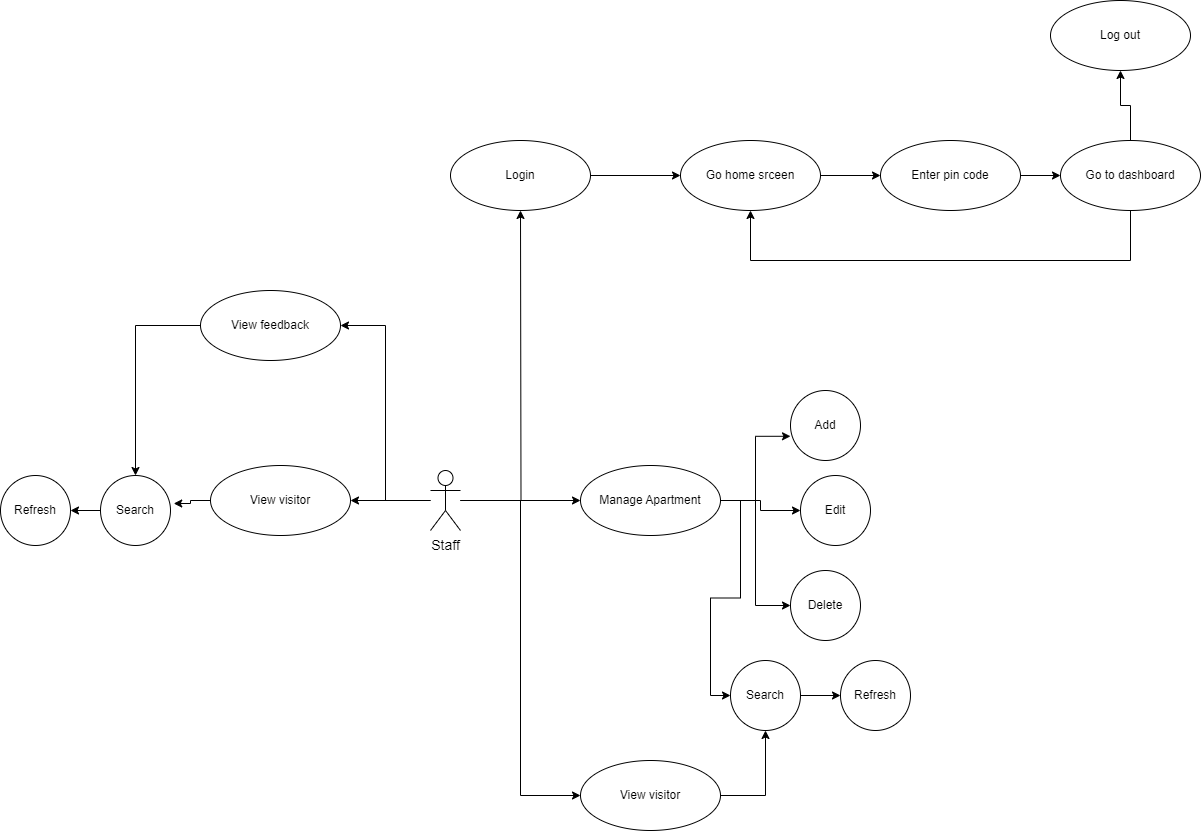
Above: diagram/usecase staff-Page-1.drawio.png in duongminhthanh/app_system_management_visitor_for_old_aparment (draw.io), before the change. Source tidied: cells renumbered, new cells last; positions are measured from the earlier drawing's top-left corner, leaving out a move shared by most shapes. The source it was exported from:
```xml
<mxGraphModel>
  <root>
    <mxCell id="0" />
    <mxCell id="1" parent="0" />
    <mxCell id="2" style="edgeStyle=orthogonalEdgeStyle;rounded=0;jettySize=auto;html=1;" parent="1" edge="1" source="7" target="12">
      <mxGeometry relative="1" as="geometry" />
    </mxCell>
    <mxCell id="3" style="edgeStyle=orthogonalEdgeStyle;rounded=0;jettySize=auto;html=1;entryX=0;entryY=0.5;entryDx=0;entryDy=0;" parent="1" edge="1" source="7" target="21">
      <mxGeometry relative="1" as="geometry" />
    </mxCell>
    <mxCell id="4" style="edgeStyle=orthogonalEdgeStyle;rounded=0;jettySize=auto;html=1;" parent="1" edge="1" source="7">
      <mxGeometry relative="1" as="geometry">
        <mxPoint x="520" y="210" as="targetPoint" />
      </mxGeometry>
    </mxCell>
    <mxCell id="5" style="edgeStyle=orthogonalEdgeStyle;rounded=0;jettySize=auto;html=1;" parent="1" edge="1" source="7" target="30">
      <mxGeometry relative="1" as="geometry" />
    </mxCell>
    <mxCell id="6" style="edgeStyle=orthogonalEdgeStyle;rounded=0;jettySize=auto;html=1;entryX=1;entryY=0.5;entryDx=0;entryDy=0;" parent="1" edge="1" source="7" target="19">
      <mxGeometry relative="1" as="geometry" />
    </mxCell>
    <mxCell id="7" value="Staff" style="shape=umlActor;html=1;verticalLabelPosition=bottom;verticalAlign=top;align=center;fontSize=14;" parent="1" vertex="1">
      <mxGeometry x="430" y="470" width="30" height="60" as="geometry" />
    </mxCell>
    <mxCell id="8" style="edgeStyle=orthogonalEdgeStyle;rounded=0;jettySize=auto;html=1;entryX=0;entryY=0.654;entryDx=0;entryDy=0;entryPerimeter=0;" parent="1" edge="1" source="12" target="13">
      <mxGeometry relative="1" as="geometry" />
    </mxCell>
    <mxCell id="9" style="edgeStyle=orthogonalEdgeStyle;rounded=0;jettySize=auto;html=1;" parent="1" edge="1" source="12" target="14">
      <mxGeometry relative="1" as="geometry" />
    </mxCell>
    <mxCell id="10" style="edgeStyle=orthogonalEdgeStyle;rounded=0;jettySize=auto;html=1;entryX=0;entryY=0.5;entryDx=0;entryDy=0;" parent="1" edge="1" source="12" target="15">
      <mxGeometry relative="1" as="geometry" />
    </mxCell>
    <mxCell id="11" style="edgeStyle=orthogonalEdgeStyle;rounded=0;jettySize=auto;html=1;entryX=0;entryY=0.5;entryDx=0;entryDy=0;" parent="1" edge="1" source="12" target="17">
      <mxGeometry relative="1" as="geometry" />
    </mxCell>
    <mxCell id="12" value="Manage Apartment" style="ellipse;whiteSpace=wrap;html=1;" parent="1" vertex="1">
      <mxGeometry x="580" y="465" width="140" height="70" as="geometry" />
    </mxCell>
    <mxCell id="13" value="Add" style="ellipse;whiteSpace=wrap;html=1;" parent="1" vertex="1">
      <mxGeometry x="790" y="390" width="70" height="70" as="geometry" />
    </mxCell>
    <mxCell id="14" value="Edit" style="ellipse;whiteSpace=wrap;html=1;" parent="1" vertex="1">
      <mxGeometry x="800" y="475" width="70" height="70" as="geometry" />
    </mxCell>
    <mxCell id="15" value="Delete" style="ellipse;whiteSpace=wrap;html=1;" parent="1" vertex="1">
      <mxGeometry x="790" y="570" width="70" height="70" as="geometry" />
    </mxCell>
    <mxCell id="16" style="edgeStyle=orthogonalEdgeStyle;rounded=0;jettySize=auto;html=1;" parent="1" edge="1" source="17" target="22">
      <mxGeometry relative="1" as="geometry" />
    </mxCell>
    <mxCell id="17" value="Search" style="ellipse;whiteSpace=wrap;html=1;" parent="1" vertex="1">
      <mxGeometry x="730" y="660" width="70" height="70" as="geometry" />
    </mxCell>
    <mxCell id="18" style="edgeStyle=orthogonalEdgeStyle;rounded=0;jettySize=auto;html=1;entryX=0.5;entryY=0;entryDx=0;entryDy=0;" parent="1" edge="1" source="19" target="36">
      <mxGeometry relative="1" as="geometry" />
    </mxCell>
    <mxCell id="19" value="View feedback" style="ellipse;whiteSpace=wrap;html=1;" parent="1" vertex="1">
      <mxGeometry x="200" y="290" width="140" height="70" as="geometry" />
    </mxCell>
    <mxCell id="20" style="edgeStyle=orthogonalEdgeStyle;rounded=0;jettySize=auto;html=1;entryX=0.5;entryY=1;entryDx=0;entryDy=0;" parent="1" edge="1" source="21" target="17">
      <mxGeometry relative="1" as="geometry" />
    </mxCell>
    <mxCell id="21" value="View visitor" style="ellipse;whiteSpace=wrap;html=1;" parent="1" vertex="1">
      <mxGeometry x="580" y="760" width="140" height="70" as="geometry" />
    </mxCell>
    <mxCell id="22" value="Refresh" style="ellipse;whiteSpace=wrap;html=1;" parent="1" vertex="1">
      <mxGeometry x="840" y="660" width="70" height="70" as="geometry" />
    </mxCell>
    <mxCell id="23" style="edgeStyle=orthogonalEdgeStyle;rounded=0;jettySize=auto;html=1;" parent="1" edge="1" source="24" target="26">
      <mxGeometry relative="1" as="geometry" />
    </mxCell>
    <mxCell id="24" value="Login" style="ellipse;whiteSpace=wrap;html=1;" parent="1" vertex="1">
      <mxGeometry x="450" y="140" width="140" height="70" as="geometry" />
    </mxCell>
    <mxCell id="25" style="edgeStyle=orthogonalEdgeStyle;rounded=0;jettySize=auto;html=1;" parent="1" edge="1" source="26" target="28">
      <mxGeometry relative="1" as="geometry" />
    </mxCell>
    <mxCell id="26" value="Go home srceen" style="ellipse;whiteSpace=wrap;html=1;" parent="1" vertex="1">
      <mxGeometry x="680" y="140" width="140" height="70" as="geometry" />
    </mxCell>
    <mxCell id="27" style="edgeStyle=orthogonalEdgeStyle;rounded=0;jettySize=auto;html=1;" parent="1" edge="1" source="28" target="33">
      <mxGeometry relative="1" as="geometry" />
    </mxCell>
    <mxCell id="28" value="Enter pin code" style="ellipse;whiteSpace=wrap;html=1;" parent="1" vertex="1">
      <mxGeometry x="880" y="140" width="140" height="70" as="geometry" />
    </mxCell>
    <mxCell id="29" style="edgeStyle=orthogonalEdgeStyle;rounded=0;jettySize=auto;html=1;entryX=1.046;entryY=0.4;entryDx=0;entryDy=0;entryPerimeter=0;" parent="1" edge="1" source="30" target="36">
      <mxGeometry relative="1" as="geometry" />
    </mxCell>
    <mxCell id="30" value="View visitor" style="ellipse;whiteSpace=wrap;html=1;" parent="1" vertex="1">
      <mxGeometry x="210" y="465" width="140" height="70" as="geometry" />
    </mxCell>
    <mxCell id="31" style="edgeStyle=orthogonalEdgeStyle;rounded=0;jettySize=auto;html=1;" parent="1" edge="1" source="33" target="26">
      <mxGeometry relative="1" as="geometry">
        <Array as="points">
          <mxPoint x="1130" y="260" />
          <mxPoint x="750" y="260" />
        </Array>
      </mxGeometry>
    </mxCell>
    <mxCell id="32" style="edgeStyle=orthogonalEdgeStyle;rounded=0;jettySize=auto;html=1;" parent="1" edge="1" source="33" target="34">
      <mxGeometry relative="1" as="geometry" />
    </mxCell>
    <mxCell id="33" value="Go to dashboard" style="ellipse;whiteSpace=wrap;html=1;" parent="1" vertex="1">
      <mxGeometry x="1060" y="140" width="140" height="70" as="geometry" />
    </mxCell>
    <mxCell id="34" value="Log out" style="ellipse;whiteSpace=wrap;html=1;" parent="1" vertex="1">
      <mxGeometry x="1050" width="140" height="70" as="geometry" />
    </mxCell>
    <mxCell id="35" style="edgeStyle=orthogonalEdgeStyle;rounded=0;jettySize=auto;html=1;" parent="1" edge="1" source="36" target="37">
      <mxGeometry relative="1" as="geometry" />
    </mxCell>
    <mxCell id="36" value="Search" style="ellipse;whiteSpace=wrap;html=1;" parent="1" vertex="1">
      <mxGeometry x="100" y="475" width="70" height="70" as="geometry" />
    </mxCell>
    <mxCell id="37" value="Refresh" style="ellipse;whiteSpace=wrap;html=1;" parent="1" vertex="1">
      <mxGeometry y="475" width="70" height="70" as="geometry" />
    </mxCell>
  </root>
</mxGraphModel>
```
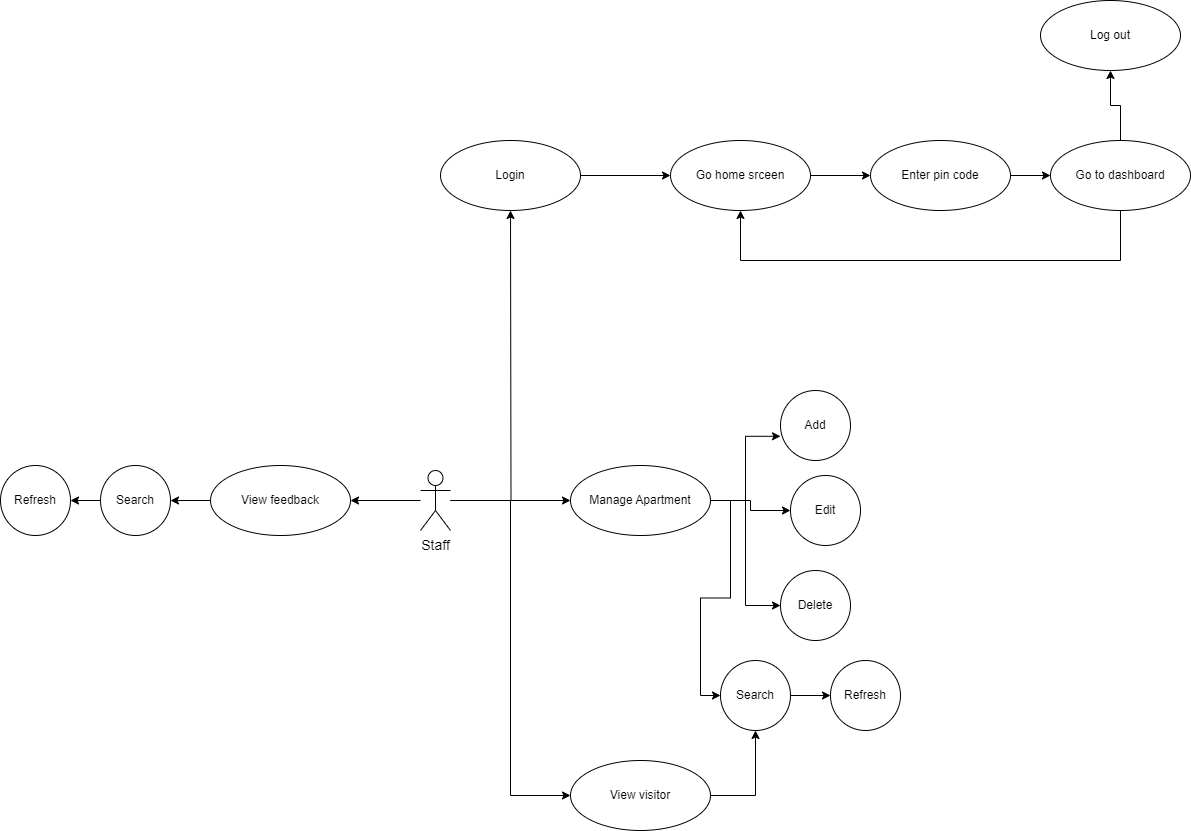
Above is the later version.

What changed in the source:
```diff
@@ -13,9 +13,6 @@
         <mxPoint x="520" y="210" as="targetPoint" />
       </mxGeometry>
     </mxCell>
-    <mxCell id="5" style="edgeStyle=orthogonalEdgeStyle;rounded=0;jettySize=auto;html=1;" parent="1" edge="1" source="7" target="30">
-      <mxGeometry relative="1" as="geometry" />
-    </mxCell>
     <mxCell id="6" style="edgeStyle=orthogonalEdgeStyle;rounded=0;jettySize=auto;html=1;entryX=1;entryY=0.5;entryDx=0;entryDy=0;" parent="1" edge="1" source="7" target="19">
       <mxGeometry relative="1" as="geometry" />
     </mxCell>
@@ -52,11 +49,11 @@
     <mxCell id="17" value="Search" style="ellipse;whiteSpace=wrap;html=1;" parent="1" vertex="1">
       <mxGeometry x="730" y="660" width="70" height="70" as="geometry" />
     </mxCell>
-    <mxCell id="18" style="edgeStyle=orthogonalEdgeStyle;rounded=0;jettySize=auto;html=1;entryX=0.5;entryY=0;entryDx=0;entryDy=0;" parent="1" edge="1" source="19" target="36">
+    <mxCell id="18" style="edgeStyle=orthogonalEdgeStyle;rounded=0;jettySize=auto;html=1;entryX=1;entryY=0.5;entryDx=0;entryDy=0;" parent="1" edge="1" source="19" target="36">
       <mxGeometry relative="1" as="geometry" />
     </mxCell>
     <mxCell id="19" value="View feedback" style="ellipse;whiteSpace=wrap;html=1;" parent="1" vertex="1">
-      <mxGeometry x="200" y="290" width="140" height="70" as="geometry" />
+      <mxGeometry x="220" y="465" width="140" height="70" as="geometry" />
     </mxCell>
     <mxCell id="20" style="edgeStyle=orthogonalEdgeStyle;rounded=0;jettySize=auto;html=1;entryX=0.5;entryY=1;entryDx=0;entryDy=0;" parent="1" edge="1" source="21" target="17">
       <mxGeometry relative="1" as="geometry" />
@@ -85,12 +82,6 @@
     <mxCell id="28" value="Enter pin code" style="ellipse;whiteSpace=wrap;html=1;" parent="1" vertex="1">
       <mxGeometry x="880" y="140" width="140" height="70" as="geometry" />
     </mxCell>
-    <mxCell id="29" style="edgeStyle=orthogonalEdgeStyle;rounded=0;jettySize=auto;html=1;entryX=1.046;entryY=0.4;entryDx=0;entryDy=0;entryPerimeter=0;" parent="1" edge="1" source="30" target="36">
-      <mxGeometry relative="1" as="geometry" />
-    </mxCell>
-    <mxCell id="30" value="View visitor" style="ellipse;whiteSpace=wrap;html=1;" parent="1" vertex="1">
-      <mxGeometry x="210" y="465" width="140" height="70" as="geometry" />
-    </mxCell>
     <mxCell id="31" style="edgeStyle=orthogonalEdgeStyle;rounded=0;jettySize=auto;html=1;" parent="1" edge="1" source="33" target="26">
       <mxGeometry relative="1" as="geometry">
         <Array as="points">
@@ -112,10 +103,10 @@
       <mxGeometry relative="1" as="geometry" />
     </mxCell>
     <mxCell id="36" value="Search" style="ellipse;whiteSpace=wrap;html=1;" parent="1" vertex="1">
-      <mxGeometry x="100" y="475" width="70" height="70" as="geometry" />
+      <mxGeometry x="110" y="465" width="70" height="70" as="geometry" />
     </mxCell>
     <mxCell id="37" value="Refresh" style="ellipse;whiteSpace=wrap;html=1;" parent="1" vertex="1">
-      <mxGeometry y="475" width="70" height="70" as="geometry" />
+      <mxGeometry x="10" y="465" width="70" height="70" as="geometry" />
     </mxCell>
   </root>
 </mxGraphModel>
```
